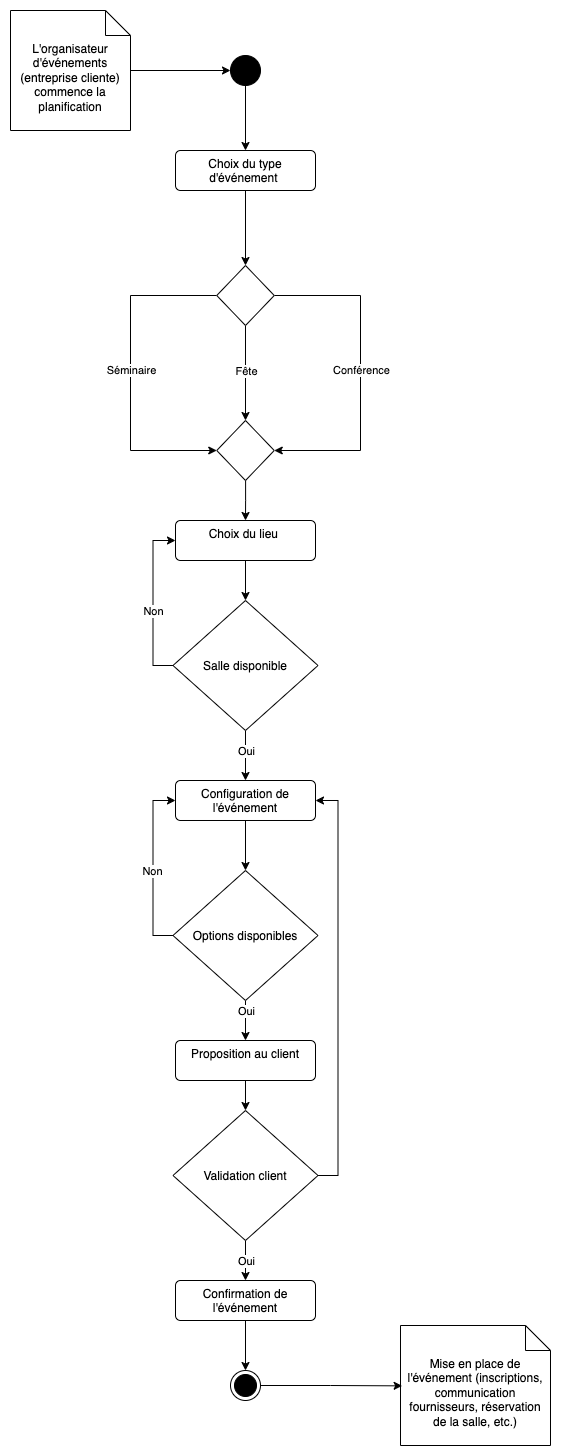
Above: UML/Exercices/Correction/03a - Diagramme d'Activité - Diagramme.png in nicolasvauchenet/cours_methodologie_1_formateur (draw.io), before the change. Source tidied: cells renumbered, new cells last; positions are measured from the earlier drawing's top-left corner, leaving out a move shared by most shapes.
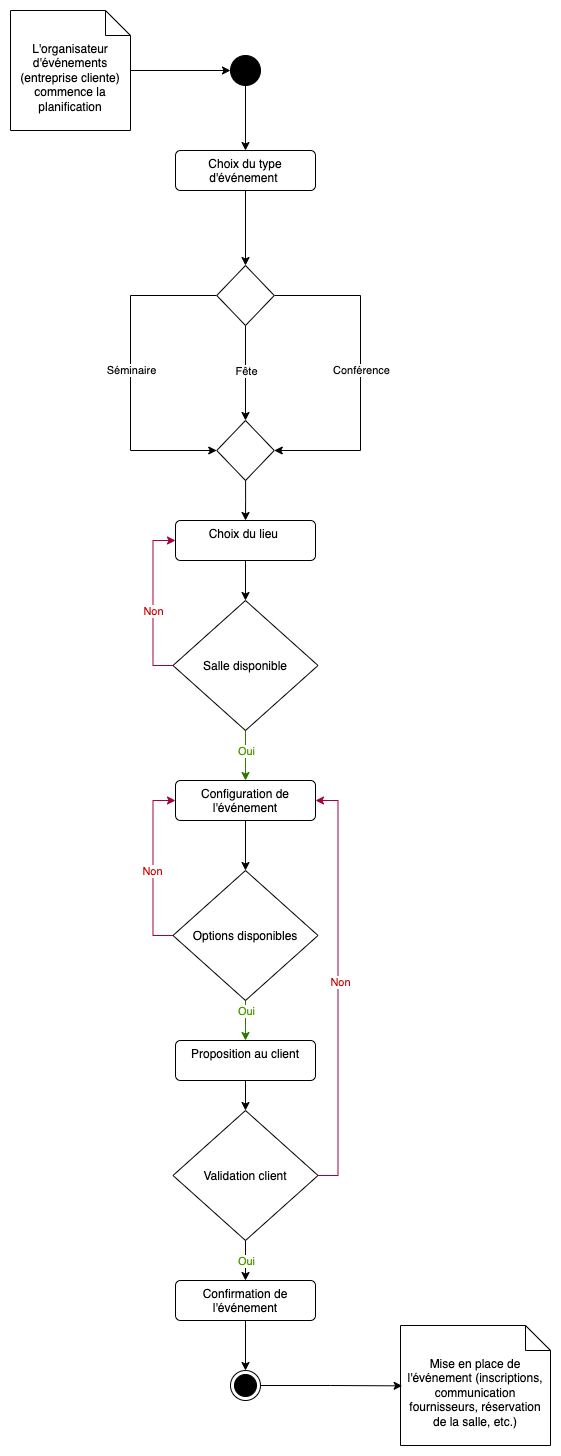
Above is the later version.

Change to the diagram source:
```diff
@@ -47,18 +47,18 @@
     <mxCell id="13" value="Choix du lieu&amp;nbsp;" style="html=1;align=center;verticalAlign=top;rounded=1;absoluteArcSize=1;arcSize=10;dashed=0;whiteSpace=wrap;" parent="1" vertex="1">
       <mxGeometry x="165" y="510" width="140" height="40" as="geometry" />
     </mxCell>
-    <mxCell id="14" style="edgeStyle=orthogonalEdgeStyle;rounded=0;jettySize=auto;html=1;entryX=0;entryY=0.5;entryDx=0;entryDy=0;exitX=0;exitY=0.5;exitDx=0;exitDy=0;" parent="1" edge="1" source="18" target="13">
+    <mxCell id="14" style="edgeStyle=orthogonalEdgeStyle;rounded=0;jettySize=auto;html=1;entryX=0;entryY=0.5;entryDx=0;entryDy=0;exitX=0;exitY=0.5;exitDx=0;exitDy=0;fillColor=#d80073;strokeColor=#A50040;" parent="1" edge="1" source="18" target="13">
       <mxGeometry relative="1" as="geometry" />
     </mxCell>
-    <mxCell id="15" value="Non" style="edgeLabel;html=1;align=center;verticalAlign=middle;" parent="14" vertex="1">
+    <mxCell id="15" value="&lt;font color=&quot;#cc0000&quot;&gt;Non&lt;/font&gt;" style="edgeLabel;html=1;align=center;verticalAlign=middle;" parent="14" vertex="1">
       <mxGeometry x="-0.32" y="1" relative="1" as="geometry">
         <mxPoint x="1" y="-18" as="offset" />
       </mxGeometry>
     </mxCell>
-    <mxCell id="16" style="edgeStyle=orthogonalEdgeStyle;rounded=0;jettySize=auto;html=1;entryX=0.5;entryY=0;entryDx=0;entryDy=0;" parent="1" edge="1" source="18" target="20">
+    <mxCell id="16" style="edgeStyle=orthogonalEdgeStyle;rounded=0;jettySize=auto;html=1;entryX=0.5;entryY=0;entryDx=0;entryDy=0;fillColor=#60a917;strokeColor=#2D7600;" parent="1" edge="1" source="18" target="20">
       <mxGeometry relative="1" as="geometry" />
     </mxCell>
-    <mxCell id="17" value="Oui" style="edgeLabel;html=1;align=center;verticalAlign=middle;" parent="16" vertex="1">
+    <mxCell id="17" value="&lt;font color=&quot;#4d9900&quot;&gt;Oui&lt;/font&gt;" style="edgeLabel;html=1;align=center;verticalAlign=middle;" parent="16" vertex="1">
       <mxGeometry x="0.32" y="-2" relative="1" as="geometry">
         <mxPoint x="2" y="-13" as="offset" />
       </mxGeometry>
@@ -72,18 +72,18 @@
     <mxCell id="20" value="Configuration de l'événement" style="html=1;align=center;verticalAlign=top;rounded=1;absoluteArcSize=1;arcSize=10;dashed=0;whiteSpace=wrap;" parent="1" vertex="1">
       <mxGeometry x="165" y="770" width="140" height="40" as="geometry" />
     </mxCell>
-    <mxCell id="21" style="edgeStyle=orthogonalEdgeStyle;rounded=0;jettySize=auto;html=1;entryX=0;entryY=0.5;entryDx=0;entryDy=0;exitX=0;exitY=0.5;exitDx=0;exitDy=0;" parent="1" edge="1" source="25" target="20">
+    <mxCell id="21" style="edgeStyle=orthogonalEdgeStyle;rounded=0;jettySize=auto;html=1;entryX=0;entryY=0.5;entryDx=0;entryDy=0;exitX=0;exitY=0.5;exitDx=0;exitDy=0;fillColor=#d80073;strokeColor=#A50040;" parent="1" edge="1" source="25" target="20">
       <mxGeometry relative="1" as="geometry" />
     </mxCell>
-    <mxCell id="22" value="Non" style="edgeLabel;html=1;align=center;verticalAlign=middle;" parent="21" vertex="1">
+    <mxCell id="22" value="&lt;font color=&quot;#cc0000&quot;&gt;Non&lt;/font&gt;" style="edgeLabel;html=1;align=center;verticalAlign=middle;" parent="21" vertex="1">
       <mxGeometry x="-0.25" y="2" relative="1" as="geometry">
         <mxPoint x="1" y="-18" as="offset" />
       </mxGeometry>
     </mxCell>
-    <mxCell id="23" style="edgeStyle=orthogonalEdgeStyle;rounded=0;jettySize=auto;html=1;entryX=0.5;entryY=0;entryDx=0;entryDy=0;" parent="1" edge="1" source="25" target="27">
+    <mxCell id="23" style="edgeStyle=orthogonalEdgeStyle;rounded=0;jettySize=auto;html=1;entryX=0.5;entryY=0;entryDx=0;entryDy=0;fillColor=#60a917;strokeColor=#2D7600;" parent="1" edge="1" source="25" target="27">
       <mxGeometry relative="1" as="geometry" />
     </mxCell>
-    <mxCell id="24" value="Oui" style="edgeLabel;html=1;align=center;verticalAlign=middle;" parent="23" vertex="1">
+    <mxCell id="24" value="&lt;font color=&quot;#4d9900&quot;&gt;Oui&lt;/font&gt;" style="edgeLabel;html=1;align=center;verticalAlign=middle;" parent="23" vertex="1">
       <mxGeometry x="0.15" y="1" relative="1" as="geometry">
         <mxPoint x="-1" y="-13" as="offset" />
       </mxGeometry>
@@ -97,13 +97,18 @@
     <mxCell id="27" value="Proposition au client" style="html=1;align=center;verticalAlign=top;rounded=1;absoluteArcSize=1;arcSize=10;dashed=0;whiteSpace=wrap;" parent="1" vertex="1">
       <mxGeometry x="165" y="1030" width="140" height="40" as="geometry" />
     </mxCell>
-    <mxCell id="28" style="edgeStyle=orthogonalEdgeStyle;rounded=0;jettySize=auto;html=1;entryX=1;entryY=0.5;entryDx=0;entryDy=0;exitX=1;exitY=0.5;exitDx=0;exitDy=0;" parent="1" edge="1" source="31" target="20">
+    <mxCell id="28" style="edgeStyle=orthogonalEdgeStyle;rounded=0;jettySize=auto;html=1;entryX=1;entryY=0.5;entryDx=0;entryDy=0;exitX=1;exitY=0.5;exitDx=0;exitDy=0;fillColor=#d80073;strokeColor=#A50040;" parent="1" edge="1" source="31" target="20">
       <mxGeometry relative="1" as="geometry" />
     </mxCell>
+    <mxCell id="42" value="&lt;font color=&quot;#cc0000&quot;&gt;Non&lt;/font&gt;" style="edgeLabel;html=1;align=center;verticalAlign=middle;" parent="28" vertex="1">
+      <mxGeometry x="0.03" y="-1" relative="1" as="geometry">
+        <mxPoint x="1" as="offset" />
+      </mxGeometry>
+    </mxCell>
     <mxCell id="29" style="edgeStyle=orthogonalEdgeStyle;rounded=0;jettySize=auto;html=1;entryX=0.5;entryY=0;entryDx=0;entryDy=0;" parent="1" edge="1" source="31" target="33">
       <mxGeometry relative="1" as="geometry" />
     </mxCell>
-    <mxCell id="30" value="Oui" style="edgeLabel;html=1;align=center;verticalAlign=middle;" parent="29" vertex="1">
+    <mxCell id="30" value="&lt;font color=&quot;#4d9900&quot;&gt;Oui&lt;/font&gt;" style="edgeLabel;html=1;align=center;verticalAlign=middle;" parent="29" vertex="1">
       <mxGeometry x="0.25" y="-2" relative="1" as="geometry">
         <mxPoint x="2" y="-5" as="offset" />
       </mxGeometry>
```
